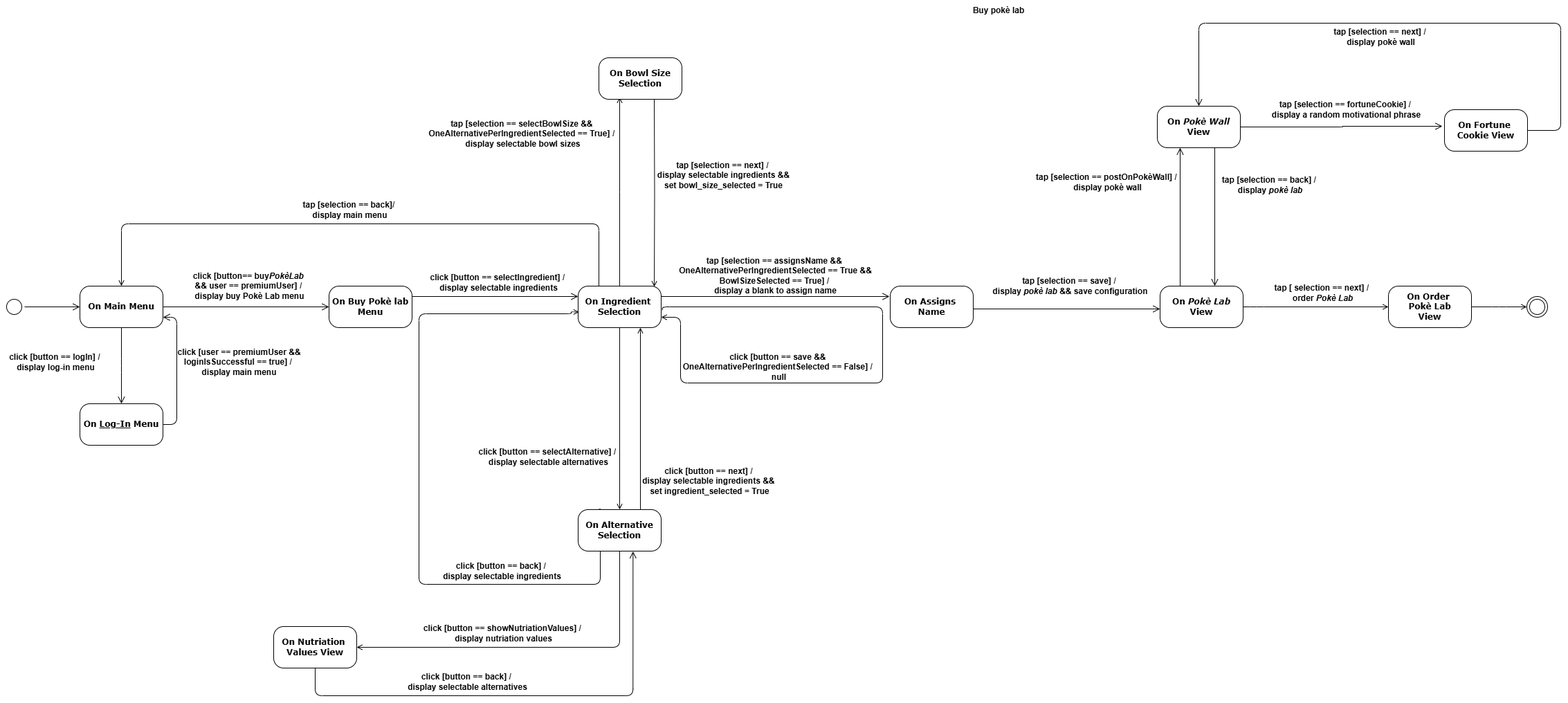
matteopinfildi/YourPoke-ISPWProject keeps this draw.io diagram as diagrams/StateDiagram.drawio.png. Above is the earlier version. Source tidied: cells renumbered, new cells last; positions are measured from the earlier drawing's top-left corner, leaving out a move shared by most shapes.
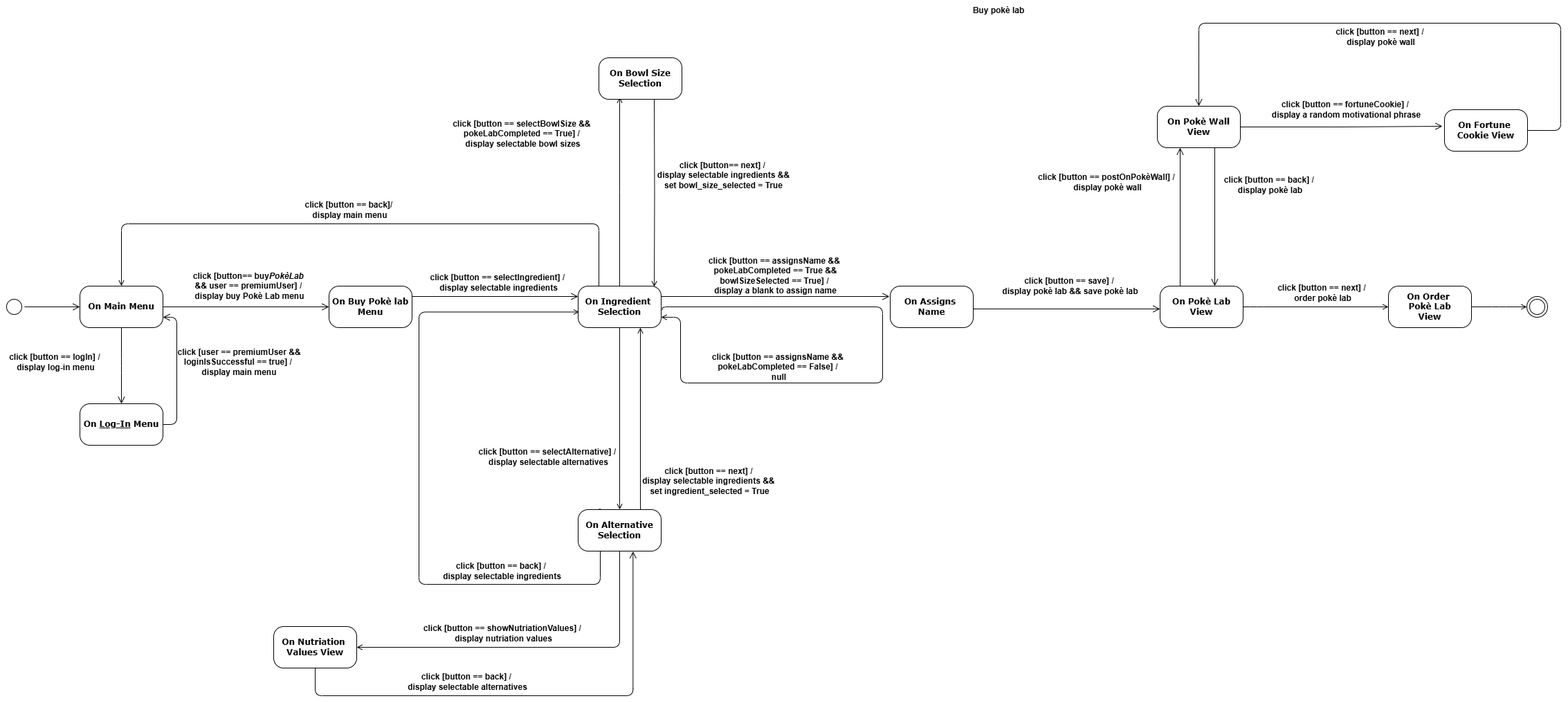
Later version of the same file.

The edit, as a diff of the source:
```diff
@@ -61,9 +61,7 @@
           <mxPoint x="867" y="735" />
           <mxPoint x="867" y="844" />
           <mxPoint x="605" y="844" />
-          <mxPoint x="605" y="453" />
-          <mxPoint x="825" y="453" />
-          <mxPoint x="825" y="450" />
+          <mxPoint x="605" y="450" />
         </Array>
       </mxGeometry>
     </mxCell>
@@ -84,7 +82,7 @@
         <mxPoint x="1285" y="428" as="targetPoint" />
       </mxGeometry>
     </mxCell>
-    <mxCell id="23" value="&lt;b&gt;On &lt;i&gt;Pokè Lab&lt;/i&gt;&lt;/b&gt;&lt;div&gt;&lt;b&gt;View&lt;/b&gt;&lt;/div&gt;" style="rounded=1;whiteSpace=wrap;html=1;arcSize=24;shadow=0;comic=0;labelBackgroundColor=none;fontFamily=Verdana;fontSize=12;align=center;" parent="1" vertex="1">
+    <mxCell id="23" value="&lt;b&gt;On Pokè Lab&lt;/b&gt;&lt;div&gt;&lt;b&gt;View&lt;/b&gt;&lt;/div&gt;" style="rounded=1;whiteSpace=wrap;html=1;arcSize=24;shadow=0;comic=0;labelBackgroundColor=none;fontFamily=Verdana;fontSize=12;align=center;" parent="1" vertex="1">
       <mxGeometry x="1676" y="413" width="120" height="60" as="geometry" />
     </mxCell>
     <mxCell id="24" style="edgeStyle=orthogonalEdgeStyle;rounded=1;jettySize=auto;html=1;exitX=0.5;exitY=1;exitDx=0;exitDy=0;curved=0;endArrow=open;endFill=0;entryX=1;entryY=0.5;entryDx=0;entryDy=0;" parent="1" edge="1" source="18" target="25">
@@ -125,11 +123,11 @@
         </Array>
       </mxGeometry>
     </mxCell>
-    <mxCell id="31" value="&lt;b&gt;click [button == save &amp;amp;&amp;amp;&amp;nbsp;&lt;/b&gt;&lt;div&gt;&lt;b&gt;OneAlternativePerIngredientSelected == False] /&amp;nbsp;&lt;/b&gt;&lt;div&gt;&lt;b&gt;null&lt;/b&gt;&lt;/div&gt;&lt;/div&gt;" style="text;html=1;align=center;verticalAlign=middle;strokeColor=none;fillColor=none;" parent="1" vertex="1">
-      <mxGeometry x="975" y="500" width="300" height="60" as="geometry" />
+    <mxCell id="31" value="&lt;b&gt;click [button == assignsName &amp;amp;&amp;amp;&amp;nbsp;&lt;/b&gt;&lt;div&gt;&lt;b&gt;pokeLabCompleted == False] /&amp;nbsp;&lt;/b&gt;&lt;div&gt;&lt;b&gt;null&lt;/b&gt;&lt;/div&gt;&lt;/div&gt;" style="text;html=1;align=center;verticalAlign=middle;strokeColor=none;fillColor=none;" parent="1" vertex="1">
+      <mxGeometry x="1015" y="500" width="220" height="60" as="geometry" />
     </mxCell>
-    <mxCell id="32" value="&lt;b&gt;tap [selection == save&lt;/b&gt;&lt;b style=&quot;background-color: transparent; color: light-dark(rgb(0, 0, 0), rgb(255, 255, 255));&quot;&gt;] /&amp;nbsp;&lt;/b&gt;&lt;div&gt;&lt;div&gt;&lt;b&gt;display &lt;i&gt;pokè lab &lt;/i&gt;&amp;amp;&amp;amp; save configuration&lt;/b&gt;&lt;/div&gt;&lt;/div&gt;" style="text;html=1;align=center;verticalAlign=middle;strokeColor=none;fillColor=none;" parent="1" vertex="1">
-      <mxGeometry x="1421" y="393" width="250" height="40" as="geometry" />
+    <mxCell id="32" value="&lt;b&gt;click [button == save&lt;/b&gt;&lt;b style=&quot;background-color: transparent; color: light-dark(rgb(0, 0, 0), rgb(255, 255, 255));&quot;&gt;] /&amp;nbsp;&lt;/b&gt;&lt;div&gt;&lt;div&gt;&lt;b&gt;display pokè lab&lt;i&gt; &lt;/i&gt;&amp;amp;&amp;amp; save pokè lab&lt;/b&gt;&lt;/div&gt;&lt;/div&gt;" style="text;html=1;align=center;verticalAlign=middle;strokeColor=none;fillColor=none;" parent="1" vertex="1">
+      <mxGeometry x="1436" y="393" width="220" height="40" as="geometry" />
     </mxCell>
     <mxCell id="33" style="edgeStyle=orthogonalEdgeStyle;html=1;labelBackgroundColor=none;endArrow=open;endSize=8;fontFamily=Verdana;fontSize=12;align=left;fontColor=default;exitX=1;exitY=0.5;exitDx=0;exitDy=0;" parent="1" edge="1">
       <mxGeometry relative="1" as="geometry">
@@ -140,8 +138,8 @@
     <mxCell id="34" value="&lt;b&gt;On Assigns&amp;nbsp;&lt;/b&gt;&lt;div&gt;&lt;b&gt;Name&lt;/b&gt;&lt;/div&gt;" style="rounded=1;whiteSpace=wrap;html=1;arcSize=24;shadow=0;comic=0;labelBackgroundColor=none;fontFamily=Verdana;fontSize=12;align=center;" parent="1" vertex="1">
       <mxGeometry x="1286" y="413" width="120" height="60" as="geometry" />
     </mxCell>
-    <mxCell id="35" value="&lt;b&gt;tap [selection == assignsName&amp;nbsp;&lt;/b&gt;&lt;b&gt;&amp;amp;&amp;amp;&amp;nbsp;&lt;br&gt;&lt;/b&gt;&lt;b style=&quot;background-color: transparent; color: light-dark(rgb(0, 0, 0), rgb(255, 255, 255));&quot;&gt;OneAlternativePerIngredientSelected == True &amp;amp;&amp;amp;&lt;/b&gt;&lt;div&gt;&lt;b style=&quot;background-color: initial; color: light-dark(rgb(0, 0, 0), rgb(255, 255, 255));&quot;&gt;BowlSizeSelected == True] &lt;/b&gt;&lt;b style=&quot;background-color: initial; color: light-dark(rgb(0, 0, 0), rgb(255, 255, 255));&quot;&gt;/&amp;nbsp;&lt;/b&gt;&lt;div&gt;&lt;b&gt;display a blank to assign name&lt;/b&gt;&lt;/div&gt;&lt;/div&gt;" style="text;html=1;align=center;verticalAlign=middle;strokeColor=none;fillColor=none;" parent="1" vertex="1">
-      <mxGeometry x="970" y="363" width="300" height="70" as="geometry" />
+    <mxCell id="35" value="&lt;b&gt;click [button == assignsName&amp;nbsp;&lt;/b&gt;&lt;b&gt;&amp;amp;&amp;amp;&amp;nbsp;&lt;br&gt;&lt;/b&gt;&lt;b style=&quot;background-color: transparent; color: light-dark(rgb(0, 0, 0), rgb(255, 255, 255));&quot;&gt;pokeLabCompleted == True &amp;amp;&amp;amp;&lt;/b&gt;&lt;div&gt;&lt;b style=&quot;background-color: initial; color: light-dark(rgb(0, 0, 0), rgb(255, 255, 255));&quot;&gt;bowlSizeSelected == True] &lt;/b&gt;&lt;b style=&quot;background-color: initial; color: light-dark(rgb(0, 0, 0), rgb(255, 255, 255));&quot;&gt;/&amp;nbsp;&lt;/b&gt;&lt;div&gt;&lt;b&gt;display a blank to assign name&lt;/b&gt;&lt;/div&gt;&lt;/div&gt;" style="text;html=1;align=center;verticalAlign=middle;strokeColor=none;fillColor=none;" parent="1" vertex="1">
+      <mxGeometry x="1010" y="363" width="220" height="70" as="geometry" />
     </mxCell>
     <mxCell id="36" style="edgeStyle=orthogonalEdgeStyle;rounded=1;jettySize=auto;html=1;curved=0;endArrow=open;endFill=0;entryX=0.5;entryY=0;entryDx=0;entryDy=0;exitX=0.25;exitY=0;exitDx=0;exitDy=0;" parent="1" edge="1" source="13" target="4">
       <mxGeometry relative="1" as="geometry">
@@ -151,8 +149,8 @@
         </Array>
       </mxGeometry>
     </mxCell>
-    <mxCell id="37" value="&lt;b&gt;tap [&lt;/b&gt;&lt;b&gt;selection == back&lt;/b&gt;&lt;b&gt;]&lt;/b&gt;&lt;b style=&quot;background-color: initial;&quot;&gt;/&amp;nbsp;&lt;/b&gt;&lt;div&gt;&lt;b&gt;display main menu&lt;/b&gt;&lt;/div&gt;" style="text;html=1;align=center;verticalAlign=middle;strokeColor=none;fillColor=none;" parent="1" vertex="1">
-      <mxGeometry x="425" y="283" width="160" height="40" as="geometry" />
+    <mxCell id="37" value="&lt;b&gt;click [butt&lt;/b&gt;&lt;b&gt;on == back&lt;/b&gt;&lt;b&gt;]&lt;/b&gt;&lt;b style=&quot;background-color: initial;&quot;&gt;/&amp;nbsp;&lt;/b&gt;&lt;div&gt;&lt;b&gt;display main menu&lt;/b&gt;&lt;/div&gt;" style="text;html=1;align=center;verticalAlign=middle;strokeColor=none;fillColor=none;" parent="1" vertex="1">
+      <mxGeometry x="430" y="283" width="150" height="40" as="geometry" />
     </mxCell>
     <mxCell id="38" style="edgeStyle=orthogonalEdgeStyle;rounded=1;orthogonalLoop=1;jettySize=auto;html=1;curved=0;endArrow=open;endFill=0;exitX=1;exitY=0.5;exitDx=0;exitDy=0;" parent="1" edge="1">
       <mxGeometry relative="1" as="geometry">
@@ -167,8 +165,8 @@
     <mxCell id="39" value="&lt;b&gt;On Order&amp;nbsp;&lt;/b&gt;&lt;div&gt;&lt;b&gt;Pokè Lab&lt;/b&gt;&lt;/div&gt;&lt;div&gt;&lt;b&gt;View&lt;/b&gt;&lt;/div&gt;" style="rounded=1;whiteSpace=wrap;html=1;arcSize=24;shadow=0;comic=0;labelBackgroundColor=none;fontFamily=Verdana;fontSize=12;align=center;" parent="1" vertex="1">
       <mxGeometry x="2006" y="413" width="120" height="60" as="geometry" />
     </mxCell>
-    <mxCell id="40" value="&lt;b&gt;tap [&lt;/b&gt;&lt;b style=&quot;background-color: transparent; color: light-dark(rgb(0, 0, 0), rgb(255, 255, 255));&quot;&gt;&amp;nbsp;selection == next&lt;/b&gt;&lt;b style=&quot;background-color: transparent; color: light-dark(rgb(0, 0, 0), rgb(255, 255, 255));&quot;&gt;] /&amp;nbsp;&lt;/b&gt;&lt;div&gt;&lt;div&gt;&lt;b&gt;order &lt;i&gt;Pokè Lab&lt;/i&gt;&lt;/b&gt;&lt;/div&gt;&lt;/div&gt;" style="text;html=1;align=center;verticalAlign=middle;strokeColor=none;fillColor=none;" parent="1" vertex="1">
-      <mxGeometry x="1831" y="403" width="160" height="40" as="geometry" />
+    <mxCell id="40" value="&lt;b&gt;click [button&lt;/b&gt;&lt;b style=&quot;background-color: transparent; color: light-dark(rgb(0, 0, 0), rgb(255, 255, 255));&quot;&gt;&amp;nbsp;== next&lt;/b&gt;&lt;b style=&quot;background-color: transparent; color: light-dark(rgb(0, 0, 0), rgb(255, 255, 255));&quot;&gt;] /&amp;nbsp;&lt;/b&gt;&lt;div&gt;&lt;div&gt;&lt;b&gt;order pokè lab&lt;/b&gt;&lt;/div&gt;&lt;/div&gt;" style="text;html=1;align=center;verticalAlign=middle;strokeColor=none;fillColor=none;" parent="1" vertex="1">
+      <mxGeometry x="1836" y="403" width="150" height="40" as="geometry" />
     </mxCell>
     <mxCell id="41" style="edgeStyle=orthogonalEdgeStyle;rounded=1;jettySize=auto;html=1;curved=0;endArrow=open;endFill=0;exitX=1;exitY=0.5;exitDx=0;exitDy=0;" parent="1" edge="1" source="39">
       <mxGeometry relative="1" as="geometry">
@@ -190,15 +188,15 @@
     <mxCell id="44" value="&lt;b&gt;On Bowl Size Selection&lt;/b&gt;" style="rounded=1;whiteSpace=wrap;html=1;arcSize=24;shadow=0;comic=0;labelBackgroundColor=none;fontFamily=Verdana;fontSize=12;align=center;" parent="1" vertex="1">
       <mxGeometry x="865" y="83" width="120" height="60" as="geometry" />
     </mxCell>
-    <mxCell id="45" value="&lt;b&gt;tap [selection == selectBowlSize&amp;nbsp;&lt;/b&gt;&lt;b&gt;&amp;amp;&amp;amp;&amp;nbsp;&lt;br&gt;&lt;/b&gt;&lt;b style=&quot;background-color: transparent; color: light-dark(rgb(0, 0, 0), rgb(255, 255, 255));&quot;&gt;OneAlternativePerIngredientSelected == True&lt;/b&gt;&lt;b&gt;] /&amp;nbsp;&lt;/b&gt;&lt;div&gt;&lt;b&gt;display&amp;nbsp;&lt;/b&gt;&lt;span style=&quot;background-color: initial;&quot;&gt;&lt;b&gt;selectable bowl sizes&lt;/b&gt;&lt;/span&gt;&lt;/div&gt;" style="text;html=1;align=center;verticalAlign=middle;strokeColor=none;fillColor=none;" parent="1" vertex="1">
-      <mxGeometry x="605" y="163" width="300" height="60" as="geometry" />
+    <mxCell id="45" value="&lt;b&gt;click [button == selectBowlSize&amp;nbsp;&lt;/b&gt;&lt;b&gt;&amp;amp;&amp;amp;&amp;nbsp;&lt;br&gt;&lt;/b&gt;&lt;b style=&quot;background-color: transparent; color: light-dark(rgb(0, 0, 0), rgb(255, 255, 255));&quot;&gt;pokeLabCompleted == True&lt;/b&gt;&lt;b&gt;] /&amp;nbsp;&lt;/b&gt;&lt;div&gt;&lt;b&gt;display&amp;nbsp;&lt;/b&gt;&lt;span style=&quot;background-color: initial;&quot;&gt;&lt;b&gt;selectable bowl sizes&lt;/b&gt;&lt;/span&gt;&lt;/div&gt;" style="text;html=1;align=center;verticalAlign=middle;strokeColor=none;fillColor=none;" parent="1" vertex="1">
+      <mxGeometry x="640" y="163" width="230" height="60" as="geometry" />
     </mxCell>
     <mxCell id="46" style="edgeStyle=orthogonalEdgeStyle;rounded=0;jettySize=auto;html=1;entryX=0.917;entryY=0.017;entryDx=0;entryDy=0;endArrow=open;endFill=0;labelBackgroundColor=none;fontColor=default;exitX=0.5;exitY=1;exitDx=0;exitDy=0;entryPerimeter=0;" parent="1" edge="1" target="13">
       <mxGeometry relative="1" as="geometry">
         <mxPoint x="945" y="143" as="sourcePoint" />
       </mxGeometry>
     </mxCell>
-    <mxCell id="47" value="&lt;b&gt;tap [selection == next] /&amp;nbsp;&lt;/b&gt;&lt;div&gt;&lt;b&gt;display&amp;nbsp;&lt;/b&gt;&lt;span style=&quot;background-color: initial;&quot;&gt;&lt;b&gt;selectable&amp;nbsp;&lt;/b&gt;&lt;/span&gt;&lt;b style=&quot;background-color: initial;&quot;&gt;ingredients &amp;amp;&amp;amp;&lt;/b&gt;&lt;/div&gt;&lt;div&gt;&lt;b style=&quot;background-color: initial;&quot;&gt;set bowl_size_selected = True&lt;/b&gt;&lt;/div&gt;" style="text;html=1;align=center;verticalAlign=middle;strokeColor=none;fillColor=none;" parent="1" vertex="1">
+    <mxCell id="47" value="&lt;b&gt;click [button== next] /&amp;nbsp;&lt;/b&gt;&lt;div&gt;&lt;b&gt;display&amp;nbsp;&lt;/b&gt;&lt;span style=&quot;background-color: initial;&quot;&gt;&lt;b&gt;selectable&amp;nbsp;&lt;/b&gt;&lt;/span&gt;&lt;b style=&quot;background-color: initial;&quot;&gt;ingredients &amp;amp;&amp;amp;&lt;/b&gt;&lt;/div&gt;&lt;div&gt;&lt;b style=&quot;background-color: initial;&quot;&gt;set bowl_size_selected = True&lt;/b&gt;&lt;/div&gt;" style="text;html=1;align=center;verticalAlign=middle;strokeColor=none;fillColor=none;" parent="1" vertex="1">
       <mxGeometry x="940" y="223" width="210" height="60" as="geometry" />
     </mxCell>
     <mxCell id="48" style="edgeStyle=orthogonalEdgeStyle;html=1;labelBackgroundColor=none;endArrow=open;endSize=8;fontFamily=Verdana;fontSize=12;align=left;fontColor=default;exitX=0.75;exitY=0;exitDx=0;exitDy=0;" parent="1" edge="1">
@@ -207,11 +205,11 @@
         <mxPoint x="1705" y="213" as="targetPoint" />
       </mxGeometry>
     </mxCell>
-    <mxCell id="49" value="&lt;b&gt;On &lt;i&gt;Pokè Wall&lt;/i&gt;&lt;/b&gt;&lt;div&gt;&lt;b&gt;View&lt;/b&gt;&lt;/div&gt;" style="rounded=1;whiteSpace=wrap;html=1;arcSize=24;shadow=0;comic=0;labelBackgroundColor=none;fontFamily=Verdana;fontSize=12;align=center;" parent="1" vertex="1">
+    <mxCell id="49" value="&lt;b&gt;On Pokè Wall&lt;/b&gt;&lt;div&gt;&lt;b&gt;View&lt;/b&gt;&lt;/div&gt;" style="rounded=1;whiteSpace=wrap;html=1;arcSize=24;shadow=0;comic=0;labelBackgroundColor=none;fontFamily=Verdana;fontSize=12;align=center;" parent="1" vertex="1">
       <mxGeometry x="1672" y="153" width="120" height="60" as="geometry" />
     </mxCell>
-    <mxCell id="50" value="&lt;b&gt;tap [selection == postOnPokèWall&lt;/b&gt;&lt;b style=&quot;background-color: transparent; color: light-dark(rgb(0, 0, 0), rgb(255, 255, 255));&quot;&gt;] /&amp;nbsp;&lt;/b&gt;&lt;div&gt;&lt;div&gt;&lt;b&gt;display pokè wall&lt;/b&gt;&lt;/div&gt;&lt;/div&gt;" style="text;html=1;align=center;verticalAlign=middle;strokeColor=none;fillColor=none;" parent="1" vertex="1">
-      <mxGeometry x="1485" y="243" width="230" height="40" as="geometry" />
+    <mxCell id="50" value="&lt;b&gt;click [button == postOnPokèWall&lt;/b&gt;&lt;b style=&quot;background-color: transparent; color: light-dark(rgb(0, 0, 0), rgb(255, 255, 255));&quot;&gt;] /&amp;nbsp;&lt;/b&gt;&lt;div&gt;&lt;div&gt;&lt;b&gt;display pokè wall&lt;/b&gt;&lt;/div&gt;&lt;/div&gt;" style="text;html=1;align=center;verticalAlign=middle;strokeColor=none;fillColor=none;" parent="1" vertex="1">
+      <mxGeometry x="1490" y="243" width="220" height="40" as="geometry" />
     </mxCell>
     <mxCell id="51" style="edgeStyle=orthogonalEdgeStyle;html=1;labelBackgroundColor=none;endArrow=open;endSize=8;fontFamily=Verdana;fontSize=12;align=left;fontColor=default;exitX=0.184;exitY=1.033;exitDx=0;exitDy=0;exitPerimeter=0;" parent="1" edge="1">
       <mxGeometry relative="1" as="geometry">
@@ -219,7 +217,7 @@
         <mxPoint x="1755" y="413" as="targetPoint" />
       </mxGeometry>
     </mxCell>
-    <mxCell id="52" value="&lt;b&gt;tap [selection == back&lt;/b&gt;&lt;b style=&quot;background-color: transparent; color: light-dark(rgb(0, 0, 0), rgb(255, 255, 255));&quot;&gt;] /&amp;nbsp;&lt;/b&gt;&lt;div&gt;&lt;div&gt;&lt;b&gt;display &lt;i&gt;pokè lab&lt;/i&gt;&lt;/b&gt;&lt;/div&gt;&lt;/div&gt;" style="text;html=1;align=center;verticalAlign=middle;strokeColor=none;fillColor=none;" parent="1" vertex="1">
+    <mxCell id="52" value="&lt;b&gt;click [button == back&lt;/b&gt;&lt;b style=&quot;background-color: transparent; color: light-dark(rgb(0, 0, 0), rgb(255, 255, 255));&quot;&gt;] /&amp;nbsp;&lt;/b&gt;&lt;div&gt;&lt;div&gt;&lt;b&gt;display pokè lab&lt;/b&gt;&lt;/div&gt;&lt;/div&gt;" style="text;html=1;align=center;verticalAlign=middle;strokeColor=none;fillColor=none;" parent="1" vertex="1">
       <mxGeometry x="1755" y="247" width="160" height="40" as="geometry" />
     </mxCell>
     <mxCell id="53" style="edgeStyle=orthogonalEdgeStyle;html=1;labelBackgroundColor=none;endArrow=open;endSize=8;fontFamily=Verdana;fontSize=12;align=left;fontColor=default;exitX=1;exitY=0.5;exitDx=0;exitDy=0;entryX=-0.025;entryY=0.4;entryDx=0;entryDy=0;entryPerimeter=0;" parent="1" edge="1" source="49" target="54">
@@ -228,7 +226,7 @@
     <mxCell id="54" value="&lt;b&gt;On Fortune&amp;nbsp;&lt;/b&gt;&lt;div&gt;&lt;b&gt;Cookie View&lt;/b&gt;&lt;/div&gt;" style="rounded=1;whiteSpace=wrap;html=1;arcSize=24;shadow=0;comic=0;labelBackgroundColor=none;fontFamily=Verdana;fontSize=12;align=center;" parent="1" vertex="1">
       <mxGeometry x="2087" y="158" width="120" height="60" as="geometry" />
     </mxCell>
-    <mxCell id="55" value="&lt;b&gt;tap [selection == fortuneCookie&lt;/b&gt;&lt;b style=&quot;background-color: transparent; color: light-dark(rgb(0, 0, 0), rgb(255, 255, 255));&quot;&gt;] /&amp;nbsp;&lt;/b&gt;&lt;div&gt;&lt;div&gt;&lt;b&gt;display a&amp;nbsp;&lt;/b&gt;&lt;span style=&quot;background-color: transparent;&quot;&gt;&lt;b&gt;random motivational phrase&lt;/b&gt;&lt;/span&gt;&lt;/div&gt;&lt;/div&gt;" style="text;html=1;align=center;verticalAlign=middle;strokeColor=none;fillColor=none;" parent="1" vertex="1">
+    <mxCell id="55" value="&lt;b&gt;click [button == fortuneCookie&lt;/b&gt;&lt;b style=&quot;background-color: transparent; color: light-dark(rgb(0, 0, 0), rgb(255, 255, 255));&quot;&gt;] /&amp;nbsp;&lt;/b&gt;&lt;div&gt;&lt;div&gt;&lt;b&gt;display a&amp;nbsp;&lt;/b&gt;&lt;span style=&quot;background-color: transparent;&quot;&gt;&lt;b&gt;random motivational phrase&lt;/b&gt;&lt;/span&gt;&lt;/div&gt;&lt;/div&gt;" style="text;html=1;align=center;verticalAlign=middle;strokeColor=none;fillColor=none;" parent="1" vertex="1">
       <mxGeometry x="1825" y="138" width="240" height="40" as="geometry" />
     </mxCell>
     <mxCell id="56" style="edgeStyle=orthogonalEdgeStyle;html=1;labelBackgroundColor=none;endArrow=open;endSize=8;fontFamily=Verdana;fontSize=12;align=left;fontColor=default;exitX=1;exitY=0.5;exitDx=0;exitDy=0;entryX=0.5;entryY=0;entryDx=0;entryDy=0;" parent="1" edge="1" source="54" target="49">
@@ -240,8 +238,8 @@
         </Array>
       </mxGeometry>
     </mxCell>
-    <mxCell id="57" value="&lt;b&gt;tap [selection == next&lt;/b&gt;&lt;b style=&quot;background-color: initial; color: light-dark(rgb(0, 0, 0), rgb(255, 255, 255));&quot;&gt;] &lt;/b&gt;&lt;b style=&quot;background-color: initial; color: light-dark(rgb(0, 0, 0), rgb(255, 255, 255));&quot;&gt;/&amp;nbsp;&lt;/b&gt;&lt;div&gt;&lt;b&gt;display pokè wall&lt;/b&gt;&lt;/div&gt;" style="text;html=1;align=center;verticalAlign=middle;strokeColor=none;fillColor=none;" parent="1" vertex="1">
-      <mxGeometry x="1915" y="33" width="160" height="40" as="geometry" />
+    <mxCell id="57" value="&lt;b&gt;click [button == next&lt;/b&gt;&lt;b style=&quot;background-color: initial; color: light-dark(rgb(0, 0, 0), rgb(255, 255, 255));&quot;&gt;] &lt;/b&gt;&lt;b style=&quot;background-color: initial; color: light-dark(rgb(0, 0, 0), rgb(255, 255, 255));&quot;&gt;/&amp;nbsp;&lt;/b&gt;&lt;div&gt;&lt;b&gt;display pokè wall&lt;/b&gt;&lt;/div&gt;" style="text;html=1;align=center;verticalAlign=middle;strokeColor=none;fillColor=none;" parent="1" vertex="1">
+      <mxGeometry x="1920" y="33" width="150" height="40" as="geometry" />
     </mxCell>
     <mxCell id="58" value="&lt;b&gt;click [button == logIn] /&amp;nbsp;&lt;/b&gt;&lt;div&gt;&lt;b&gt;display log-in menu&lt;/b&gt;&lt;/div&gt;" style="text;html=1;align=center;verticalAlign=middle;strokeColor=none;fillColor=none;" parent="1" vertex="1">
       <mxGeometry y="503" width="160" height="40" as="geometry" />
```
